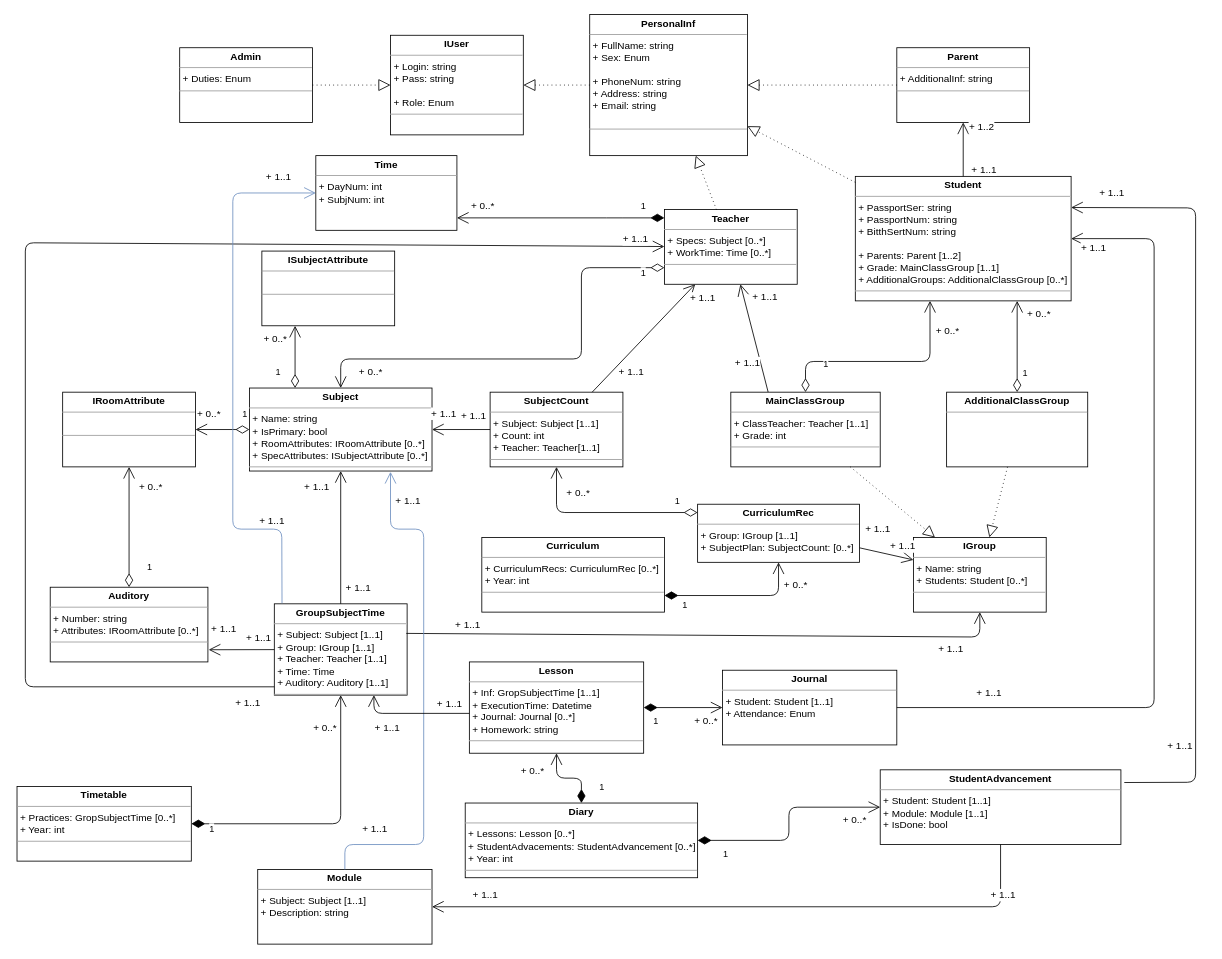
Earlier version of the draw.io diagram EF-1.drawio (Timur-Faskhutdinov/E-education_TF). Source tidied: cells renumbered, new cells numbered last; positions are measured from the earlier drawing's top-left corner, leaving out a move shared by most shapes. Both pictures are drawn from the tidied source at 83%, with x=0, y=0 at pixel (17, 14).
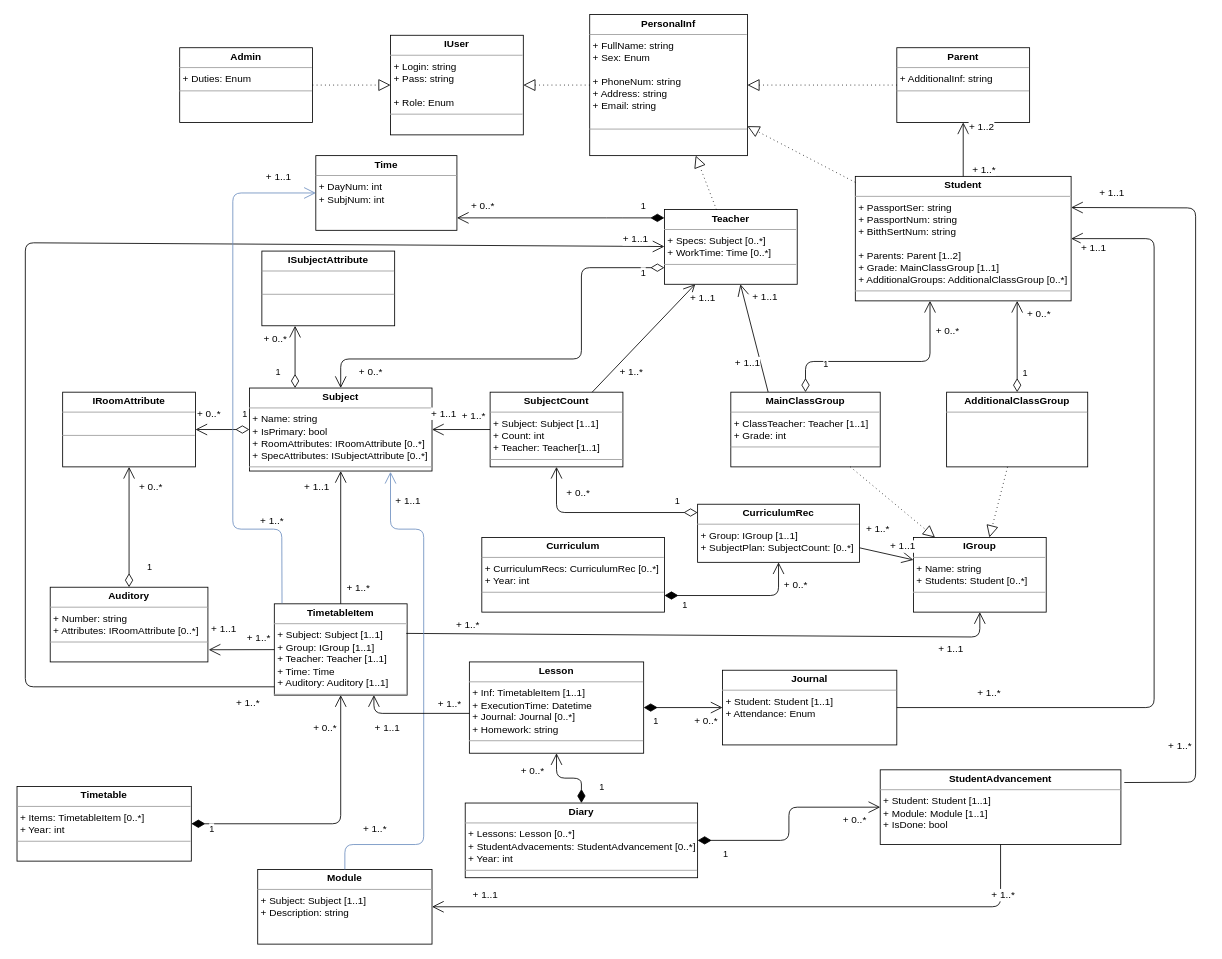
Above is the later version.

The change refers to these unchanged cells:
```xml
<mxCell id="10" style="endArrow=open;endFill=1;endSize=12;html=1;" parent="1" edge="1" source="2" target="5">
  <mxGeometry relative="1" as="geometry" />
</mxCell>
<mxCell id="35" style="endArrow=open;endFill=1;endSize=12;html=1;" parent="1" edge="1" source="32" target="16">
  <mxGeometry relative="1" as="geometry" />
</mxCell>
<mxCell id="38" style="endArrow=open;endFill=1;endSize=12;html=1;exitX=1;exitY=0.75;exitDx=0;exitDy=0;" parent="1" edge="1" source="102" target="29">
  <mxGeometry relative="1" as="geometry" />
</mxCell>
<mxCell id="41" style="endArrow=open;endFill=1;endSize=12;html=1;" parent="1" edge="1" source="32" target="4">
  <mxGeometry relative="1" as="geometry" />
</mxCell>
<mxCell id="45" style="endArrow=open;endFill=1;endSize=12;html=1;entryX=0.5;entryY=1;entryDx=0;entryDy=0;" parent="1" edge="1" source="44" target="16">
  <mxGeometry relative="1" as="geometry" />
</mxCell>
<mxCell id="50" style="endArrow=open;endFill=1;endSize=12;html=1;exitX=0.994;exitY=0.324;exitDx=0;exitDy=0;exitPerimeter=0;" parent="1" edge="1" source="44" target="29">
  <mxGeometry relative="1" as="geometry">
    <Array as="points">
      <mxPoint x="1160" y="750" />
    </Array>
  </mxGeometry>
</mxCell>
<mxCell id="58" style="endArrow=open;endFill=1;endSize=12;html=1;exitX=0;exitY=0.909;exitDx=0;exitDy=0;exitPerimeter=0;" parent="1" edge="1" source="44" target="4">
  <mxGeometry relative="1" as="geometry">
    <Array as="points">
      <mxPoint x="10" y="810" />
      <mxPoint x="10" y="275" />
    </Array>
  </mxGeometry>
</mxCell>
<mxCell id="66" style="endArrow=open;endFill=1;endSize=12;html=1;entryX=1.005;entryY=0.837;entryDx=0;entryDy=0;entryPerimeter=0;" parent="1" edge="1" source="44" target="63">
  <mxGeometry relative="1" as="geometry" />
</mxCell>
<mxCell id="74" style="endArrow=open;endFill=1;endSize=12;html=1;exitX=1;exitY=0.5;exitDx=0;exitDy=0;" parent="1" edge="1" source="73" target="2">
  <mxGeometry relative="1" as="geometry">
    <Array as="points">
      <mxPoint x="1370" y="835" />
      <mxPoint x="1370" y="270" />
    </Array>
  </mxGeometry>
</mxCell>
<mxCell id="79" style="endArrow=open;endFill=1;endSize=12;html=1;exitX=1.014;exitY=0.17;exitDx=0;exitDy=0;exitPerimeter=0;entryX=1;entryY=0.25;entryDx=0;entryDy=0;" parent="1" edge="1" source="77" target="2">
  <mxGeometry relative="1" as="geometry">
    <Array as="points">
      <mxPoint x="1420" y="925" />
      <mxPoint x="1420" y="233" />
    </Array>
  </mxGeometry>
</mxCell>
<mxCell id="82" style="endArrow=open;endFill=1;endSize=12;html=1;fillColor=#dae8fc;strokeColor=#6c8ebf;" parent="1" edge="1" source="78">
  <mxGeometry relative="1" as="geometry">
    <mxPoint x="450" y="551" as="targetPoint" />
    <Array as="points">
      <mxPoint x="395" y="1000" />
      <mxPoint x="490" y="1000" />
      <mxPoint x="490" y="620" />
      <mxPoint x="450" y="620" />
    </Array>
  </mxGeometry>
</mxCell>
<mxCell id="85" style="endArrow=open;endFill=1;endSize=12;html=1;" parent="1" edge="1" source="77" target="78">
  <mxGeometry relative="1" as="geometry">
    <Array as="points">
      <mxPoint x="1185" y="1075" />
    </Array>
  </mxGeometry>
</mxCell>
<mxCell id="94" style="endArrow=open;endFill=1;endSize=12;html=1;entryX=0.75;entryY=1;entryDx=0;entryDy=0;" parent="1" edge="1" target="44">
  <mxGeometry relative="1" as="geometry">
    <mxPoint x="545" y="842" as="sourcePoint" />
    <Array as="points">
      <mxPoint x="430" y="842" />
    </Array>
  </mxGeometry>
</mxCell>
<mxCell id="99" style="endArrow=open;endFill=1;endSize=12;html=1;fillColor=#dae8fc;strokeColor=#6c8ebf;exitX=0.058;exitY=-0.006;exitDx=0;exitDy=0;exitPerimeter=0;" parent="1" edge="1" source="44" target="55">
  <mxGeometry relative="1" as="geometry">
    <Array as="points">
      <mxPoint x="319" y="620" />
      <mxPoint x="260" y="620" />
      <mxPoint x="260" y="215" />
    </Array>
  </mxGeometry>
</mxCell>
```

The edit, as a diff of the source:
```diff
@@
-    <mxCell id="12" value="+ 1..1&lt;br&gt;" style="text;html=1;align=center;verticalAlign=middle;labelBackgroundColor=#ffffff;" parent="10" vertex="1">
+    <mxCell id="12" value="+ 1..*&lt;br&gt;" style="text;html=1;align=center;verticalAlign=middle;labelBackgroundColor=#ffffff;" parent="10" vertex="1">
       <mxGeometry x="-0.9" y="1" relative="1" as="geometry">
         <mxPoint x="25" y="-6" as="offset" />
       </mxGeometry>
     </mxCell>
@@
-    <mxCell id="28" value="&lt;p style=&quot;margin: 0px ; margin-top: 4px ; text-align: center&quot;&gt;&lt;b&gt;Timetable&lt;/b&gt;&lt;/p&gt;&lt;hr size=&quot;1&quot;&gt;&lt;p style=&quot;margin: 0px ; margin-left: 4px&quot;&gt;+ Practices: GropSubjectTime [0..*]&lt;br&gt;&lt;/p&gt;&lt;p style=&quot;margin: 0px ; margin-left: 4px&quot;&gt;+ Year: int&lt;/p&gt;&lt;hr size=&quot;1&quot;&gt;&lt;p style=&quot;margin: 0px ; margin-left: 4px&quot;&gt;&lt;br&gt;&lt;/p&gt;" style="verticalAlign=top;align=left;overflow=fill;fontSize=12;fontFamily=Helvetica;html=1;" parent="1" vertex="1">
+    <mxCell id="28" value="&lt;p style=&quot;margin: 0px ; margin-top: 4px ; text-align: center&quot;&gt;&lt;b&gt;Timetable&lt;/b&gt;&lt;/p&gt;&lt;hr size=&quot;1&quot;&gt;&lt;p style=&quot;margin: 0px ; margin-left: 4px&quot;&gt;+ Items: TimetableItem [0..*]&lt;br&gt;&lt;/p&gt;&lt;p style=&quot;margin: 0px ; margin-left: 4px&quot;&gt;+ Year: int&lt;/p&gt;&lt;hr size=&quot;1&quot;&gt;&lt;p style=&quot;margin: 0px ; margin-left: 4px&quot;&gt;&lt;br&gt;&lt;/p&gt;" style="verticalAlign=top;align=left;overflow=fill;fontSize=12;fontFamily=Helvetica;html=1;" parent="1" vertex="1">
       <mxGeometry y="930" width="210" height="90" as="geometry" />
     </mxCell>
@@
-    <mxCell id="37" value="+ 1..1&lt;br&gt;" style="text;html=1;align=center;verticalAlign=middle;labelBackgroundColor=#ffffff;" parent="35" vertex="1">
+    <mxCell id="37" value="+ 1..*&lt;br&gt;" style="text;html=1;align=center;verticalAlign=middle;labelBackgroundColor=#ffffff;" parent="35" vertex="1">
       <mxGeometry x="-0.75" y="1" relative="1" as="geometry">
         <mxPoint x="-12" y="-18" as="offset" />
       </mxGeometry>
     </mxCell>
@@
-    <mxCell id="40" value="+ 1..1&lt;br&gt;" style="text;html=1;align=center;verticalAlign=middle;labelBackgroundColor=#ffffff;" parent="38" vertex="1">
+    <mxCell id="40" value="+ 1..*&lt;br&gt;" style="text;html=1;align=center;verticalAlign=middle;labelBackgroundColor=#ffffff;" parent="38" vertex="1">
       <mxGeometry x="-0.75" y="1" relative="1" as="geometry">
         <mxPoint x="13" y="-24" as="offset" />
       </mxGeometry>
     </mxCell>
@@
-    <mxCell id="43" value="+ 1..1&lt;br&gt;" style="text;html=1;align=center;verticalAlign=middle;labelBackgroundColor=#ffffff;" parent="41" vertex="1">
+    <mxCell id="43" value="+ 1..*&lt;br&gt;" style="text;html=1;align=center;verticalAlign=middle;labelBackgroundColor=#ffffff;" parent="41" vertex="1">
       <mxGeometry x="-0.75" y="1" relative="1" as="geometry">
         <mxPoint x="32" y="-7.5" as="offset" />
       </mxGeometry>
     </mxCell>
-    <mxCell id="44" value="&lt;p style=&quot;margin: 0px ; margin-top: 4px ; text-align: center&quot;&gt;&lt;b&gt;GroupSubjectTime&lt;/b&gt;&lt;/p&gt;&lt;hr size=&quot;1&quot;&gt;&lt;p style=&quot;margin: 0px ; margin-left: 4px&quot;&gt;+ Subject: Subject [1..1]&lt;br&gt;&lt;/p&gt;&lt;p style=&quot;margin: 0px ; margin-left: 4px&quot;&gt;+ Group: IGroup [1..1]&lt;/p&gt;&lt;p style=&quot;margin: 0px ; margin-left: 4px&quot;&gt;+ Teacher: Teacher [1..1]&lt;/p&gt;&lt;p style=&quot;margin: 0px ; margin-left: 4px&quot;&gt;+ Time: Time&lt;/p&gt;&lt;p style=&quot;margin: 0px ; margin-left: 4px&quot;&gt;+ Auditory: Auditory [1..1]&lt;/p&gt;&lt;hr size=&quot;1&quot;&gt;&lt;p style=&quot;margin: 0px ; margin-left: 4px&quot;&gt;&lt;br&gt;&lt;/p&gt;" style="verticalAlign=top;align=left;overflow=fill;fontSize=12;fontFamily=Helvetica;html=1;" parent="1" vertex="1">
+    <mxCell id="44" value="&lt;p style=&quot;margin: 0px ; margin-top: 4px ; text-align: center&quot;&gt;&lt;b&gt;TimetableItem&lt;/b&gt;&lt;/p&gt;&lt;hr size=&quot;1&quot;&gt;&lt;p style=&quot;margin: 0px ; margin-left: 4px&quot;&gt;+ Subject: Subject [1..1]&lt;br&gt;&lt;/p&gt;&lt;p style=&quot;margin: 0px ; margin-left: 4px&quot;&gt;+ Group: IGroup [1..1]&lt;/p&gt;&lt;p style=&quot;margin: 0px ; margin-left: 4px&quot;&gt;+ Teacher: Teacher [1..1]&lt;/p&gt;&lt;p style=&quot;margin: 0px ; margin-left: 4px&quot;&gt;+ Time: Time&lt;/p&gt;&lt;p style=&quot;margin: 0px ; margin-left: 4px&quot;&gt;+ Auditory: Auditory [1..1]&lt;/p&gt;&lt;hr size=&quot;1&quot;&gt;&lt;p style=&quot;margin: 0px ; margin-left: 4px&quot;&gt;&lt;br&gt;&lt;/p&gt;" style="verticalAlign=top;align=left;overflow=fill;fontSize=12;fontFamily=Helvetica;html=1;" parent="1" vertex="1">
       <mxGeometry x="310" y="710" width="160" height="110" as="geometry" />
     </mxCell>
@@
-    <mxCell id="47" value="+ 1..1&lt;br&gt;" style="text;html=1;align=center;verticalAlign=middle;labelBackgroundColor=#ffffff;" parent="45" vertex="1">
+    <mxCell id="47" value="+ 1..*&lt;br&gt;" style="text;html=1;align=center;verticalAlign=middle;labelBackgroundColor=#ffffff;" parent="45" vertex="1">
       <mxGeometry x="-0.75" y="1" relative="1" as="geometry">
         <mxPoint x="21" as="offset" />
       </mxGeometry>
     </mxCell>
@@
-    <mxCell id="52" value="+ 1..1&lt;br&gt;" style="text;html=1;align=center;verticalAlign=middle;labelBackgroundColor=#ffffff;" parent="50" vertex="1">
+    <mxCell id="52" value="+ 1..*&lt;br&gt;" style="text;html=1;align=center;verticalAlign=middle;labelBackgroundColor=#ffffff;" parent="50" vertex="1">
       <mxGeometry x="-0.75" y="1" relative="1" as="geometry">
         <mxPoint x="-17" y="-10" as="offset" />
       </mxGeometry>
     </mxCell>
@@
-    <mxCell id="60" value="+ 1..1&lt;br&gt;" style="text;html=1;align=center;verticalAlign=middle;labelBackgroundColor=#ffffff;" parent="58" vertex="1">
+    <mxCell id="60" value="+ 1..*&lt;br&gt;" style="text;html=1;align=center;verticalAlign=middle;labelBackgroundColor=#ffffff;" parent="58" vertex="1">
       <mxGeometry x="-0.75" y="1" relative="1" as="geometry">
         <mxPoint x="168" y="19" as="offset" />
       </mxGeometry>
     </mxCell>
@@
-    <mxCell id="68" value="+ 1..1&lt;br&gt;" style="text;html=1;align=center;verticalAlign=middle;labelBackgroundColor=#ffffff;" parent="66" vertex="1">
+    <mxCell id="68" value="+ 1..*&lt;br&gt;" style="text;html=1;align=center;verticalAlign=middle;labelBackgroundColor=#ffffff;" parent="66" vertex="1">
       <mxGeometry x="-0.75" y="1" relative="1" as="geometry">
         <mxPoint x="-10" y="-16" as="offset" />
       </mxGeometry>
     </mxCell>
@@
-    <mxCell id="72" value="&lt;p style=&quot;margin: 0px ; margin-top: 4px ; text-align: center&quot;&gt;&lt;b&gt;Lesson&lt;/b&gt;&lt;/p&gt;&lt;hr size=&quot;1&quot;&gt;&lt;p style=&quot;margin: 0px ; margin-left: 4px&quot;&gt;+ Inf: GropSubjectTime [1..1]&lt;br&gt;&lt;/p&gt;&lt;p style=&quot;margin: 0px ; margin-left: 4px&quot;&gt;+ ExecutionTime: Datetime&lt;/p&gt;&lt;p style=&quot;margin: 0px ; margin-left: 4px&quot;&gt;+ Journal: Journal [0..*]&amp;nbsp;&lt;/p&gt;&lt;p style=&quot;margin: 0px ; margin-left: 4px&quot;&gt;&lt;span&gt;+ Homework: string&lt;/span&gt;&lt;/p&gt;&lt;hr size=&quot;1&quot;&gt;&lt;p style=&quot;margin: 0px ; margin-left: 4px&quot;&gt;&lt;br&gt;&lt;/p&gt;" style="verticalAlign=top;align=left;overflow=fill;fontSize=12;fontFamily=Helvetica;html=1;" parent="1" vertex="1">
+    <mxCell id="72" value="&lt;p style=&quot;margin: 0px ; margin-top: 4px ; text-align: center&quot;&gt;&lt;b&gt;Lesson&lt;/b&gt;&lt;/p&gt;&lt;hr size=&quot;1&quot;&gt;&lt;p style=&quot;margin: 0px ; margin-left: 4px&quot;&gt;+ Inf: TimetableItem [1..1]&lt;br&gt;&lt;/p&gt;&lt;p style=&quot;margin: 0px ; margin-left: 4px&quot;&gt;+ ExecutionTime: Datetime&lt;/p&gt;&lt;p style=&quot;margin: 0px ; margin-left: 4px&quot;&gt;+ Journal: Journal [0..*]&amp;nbsp;&lt;/p&gt;&lt;p style=&quot;margin: 0px ; margin-left: 4px&quot;&gt;&lt;span&gt;+ Homework: string&lt;/span&gt;&lt;/p&gt;&lt;hr size=&quot;1&quot;&gt;&lt;p style=&quot;margin: 0px ; margin-left: 4px&quot;&gt;&lt;br&gt;&lt;/p&gt;" style="verticalAlign=top;align=left;overflow=fill;fontSize=12;fontFamily=Helvetica;html=1;" parent="1" vertex="1">
       <mxGeometry x="545" y="780" width="210" height="110" as="geometry" />
     </mxCell>
@@
-    <mxCell id="76" value="+ 1..1&lt;br&gt;" style="text;html=1;align=center;verticalAlign=middle;labelBackgroundColor=#ffffff;" parent="74" vertex="1">
+    <mxCell id="76" value="+ 1..*&lt;br&gt;" style="text;html=1;align=center;verticalAlign=middle;labelBackgroundColor=#ffffff;" parent="74" vertex="1">
       <mxGeometry x="-0.75" y="1" relative="1" as="geometry">
         <mxPoint x="-12" y="-18" as="offset" />
       </mxGeometry>
     </mxCell>
@@
-    <mxCell id="81" value="+ 1..1&lt;br&gt;" style="text;html=1;align=center;verticalAlign=middle;labelBackgroundColor=#ffffff;" parent="79" vertex="1">
+    <mxCell id="81" value="+ 1..*&lt;br&gt;" style="text;html=1;align=center;verticalAlign=middle;labelBackgroundColor=#ffffff;" parent="79" vertex="1">
       <mxGeometry x="-0.75" y="1" relative="1" as="geometry">
         <mxPoint x="-19" y="-14" as="offset" />
       </mxGeometry>
     </mxCell>
@@
-    <mxCell id="84" value="+ 1..1&lt;br&gt;" style="text;html=1;align=center;verticalAlign=middle;labelBackgroundColor=#ffffff;" parent="82" vertex="1">
+    <mxCell id="84" value="+ 1..*&lt;br&gt;" style="text;html=1;align=center;verticalAlign=middle;labelBackgroundColor=#ffffff;" parent="82" vertex="1">
       <mxGeometry x="-0.75" y="1" relative="1" as="geometry">
         <mxPoint x="-12" y="-18" as="offset" />
       </mxGeometry>
     </mxCell>
@@
-    <mxCell id="87" value="+ 1..1&lt;br&gt;" style="text;html=1;align=center;verticalAlign=middle;labelBackgroundColor=#ffffff;" parent="85" vertex="1">
+    <mxCell id="87" value="+ 1..*&lt;br&gt;" style="text;html=1;align=center;verticalAlign=middle;labelBackgroundColor=#ffffff;" parent="85" vertex="1">
       <mxGeometry x="-0.75" y="1" relative="1" as="geometry">
         <mxPoint x="22" y="-16" as="offset" />
       </mxGeometry>
     </mxCell>
@@
-    <mxCell id="96" value="+ 1..1&lt;br&gt;" style="text;html=1;align=center;verticalAlign=middle;labelBackgroundColor=#ffffff;" parent="94" vertex="1">
+    <mxCell id="96" value="+ 1..*&lt;br&gt;" style="text;html=1;align=center;verticalAlign=middle;labelBackgroundColor=#ffffff;" parent="94" vertex="1">
       <mxGeometry x="-0.75" y="1" relative="1" as="geometry">
         <mxPoint x="-8" y="-13" as="offset" />
       </mxGeometry>
     </mxCell>
@@
-    <mxCell id="101" value="+ 1..1&lt;br&gt;" style="text;html=1;align=center;verticalAlign=middle;labelBackgroundColor=#ffffff;" parent="99" vertex="1">
+    <mxCell id="101" value="+ 1..*&lt;br&gt;" style="text;html=1;align=center;verticalAlign=middle;labelBackgroundColor=#ffffff;" parent="99" vertex="1">
       <mxGeometry x="-0.75" y="1" relative="1" as="geometry">
         <mxPoint x="-12" y="-18" as="offset" />
       </mxGeometry>
     </mxCell>
```
